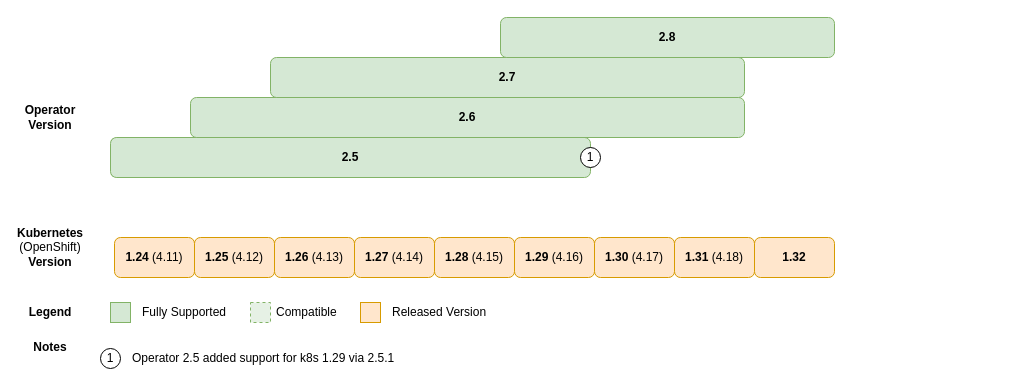
The draw.io diagram page "Compat Kuberentes" (1 of 3) of drawio-charts/k8s-compat.drawio in couchbase/docs-operator, before the edit. Source tidied: cells renumbered, new cells numbered last; positions are measured from the earlier drawing's top-left corner, leaving out a move shared by most shapes. Both pictures are drawn from the tidied source at 100%, with x=0, y=0 at pixel (20, 17).
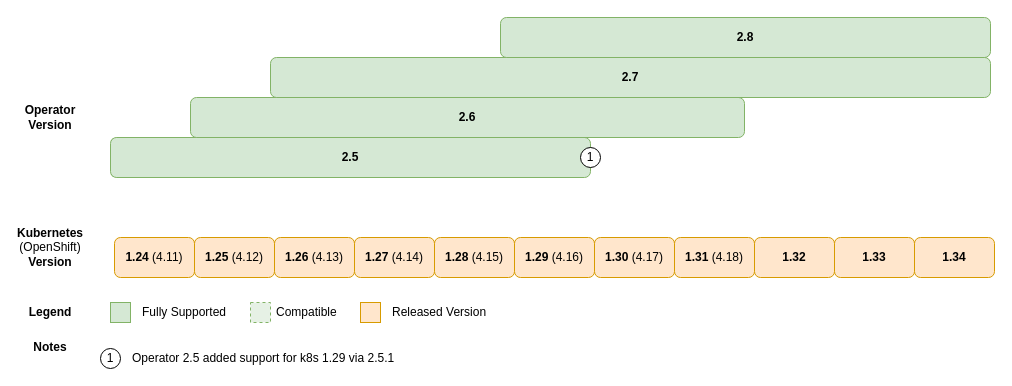
The same diagram, later.

Commit message (it also covers changes not shown here):
Updated kubernetes/OSCP version

Diff of the diagram source:
```diff
@@
     <mxCell id="24" value="&lt;b&gt;2.7&lt;/b&gt;" style="rounded=1;whiteSpace=wrap;html=1;fillColor=#d5e8d4;strokeColor=#82b366;" parent="1" vertex="1">
-      <mxGeometry x="250" y="40" width="474" height="40" as="geometry" />
+      <mxGeometry x="250" y="40" width="720" height="40" as="geometry" />
     </mxCell>
     <mxCell id="25" value="&lt;b&gt;2.8&lt;/b&gt;" style="rounded=1;whiteSpace=wrap;html=1;fillColor=#d5e8d4;strokeColor=#82b366;" parent="1" vertex="1">
-      <mxGeometry x="480" width="334" height="40" as="geometry" />
+      <mxGeometry x="480" width="490" height="40" as="geometry" />
     </mxCell>
@@
+    <mxCell id="29" value="&lt;b&gt;1.33&lt;/b&gt;" style="rounded=1;whiteSpace=wrap;html=1;fillColor=#ffe6cc;strokeColor=#d79b00;" parent="1" vertex="1">
+      <mxGeometry x="814" y="220" width="80" height="40" as="geometry" />
+    </mxCell>
+    <mxCell id="30" value="&lt;b&gt;1.34&lt;/b&gt;" style="rounded=1;whiteSpace=wrap;html=1;fillColor=#ffe6cc;strokeColor=#d79b00;" parent="1" vertex="1">
+      <mxGeometry x="894" y="220" width="80" height="40" as="geometry" />
+    </mxCell>
```
